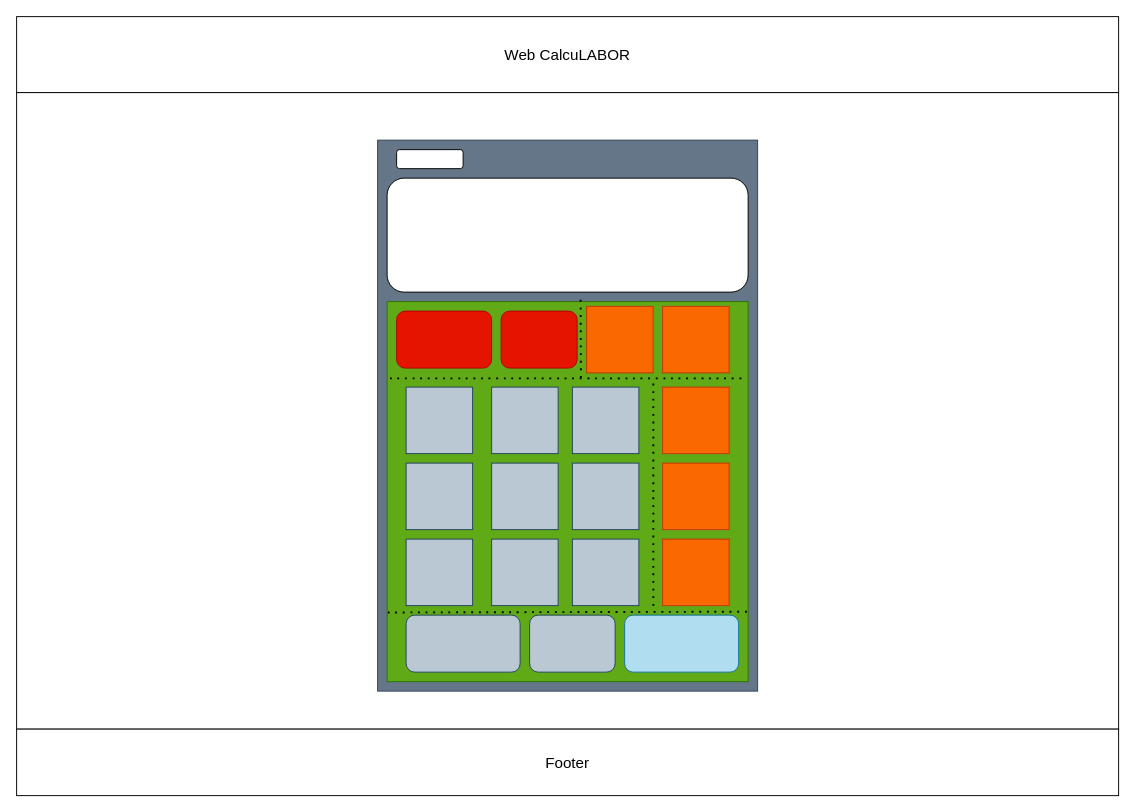
j3ager-1lyas/Calculator keeps this draw.io diagram as design-files/Calculator_UI_Plan.drawio. Above is the earlier version. Source tidied: cells renumbered, new cells numbered last; positions are measured from the earlier drawing's top-left corner, leaving out a move shared by most shapes. Both pictures are drawn from the tidied source at 95%, with x=0, y=0 at pixel (16, 16).
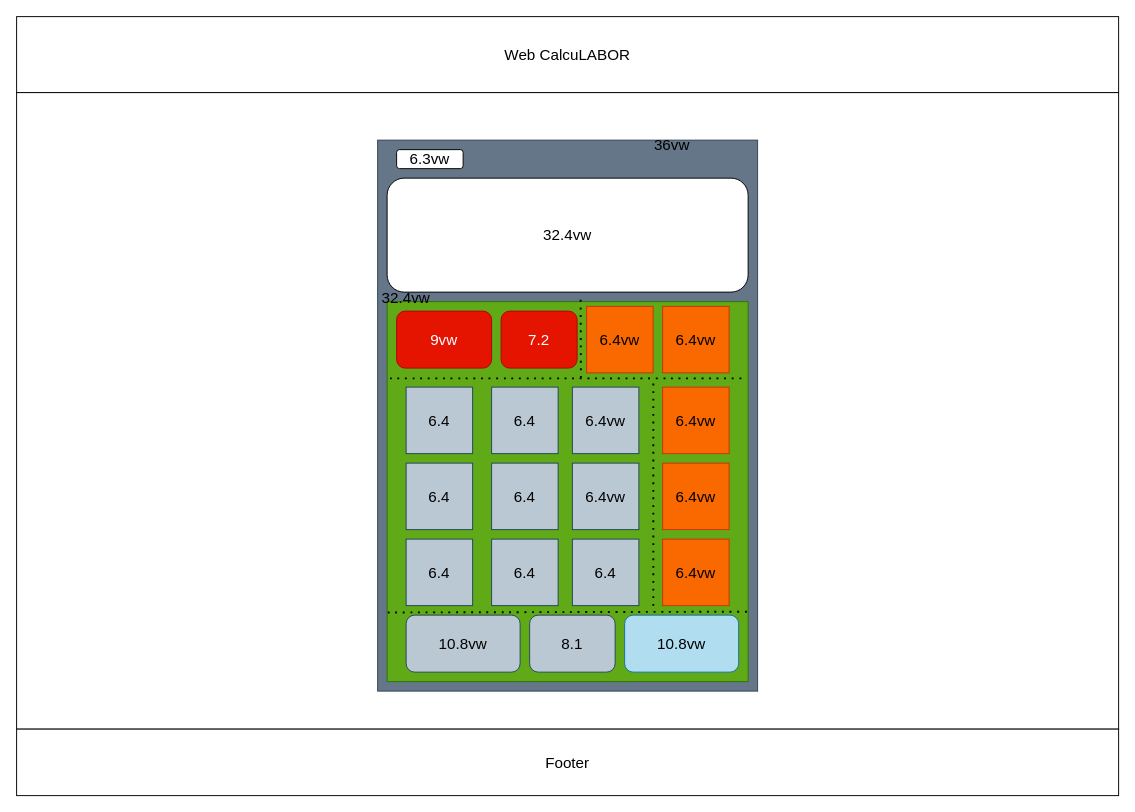
The same page after the edit.

What changed in the source:
```diff
@@
-    <mxCell id="6" style="rounded=1;whiteSpace=wrap;html=1;fontSize=16;" parent="1" vertex="1">
+    <mxCell id="6" value="32.4vw" style="rounded=1;whiteSpace=wrap;html=1;fontSize=16;" parent="1" vertex="1">
       <mxGeometry x="390" y="170" width="380" height="120" as="geometry" />
     </mxCell>
-    <mxCell id="7" style="rounded=1;whiteSpace=wrap;html=1;fontSize=16;" parent="1" vertex="1">
+    <mxCell id="7" value="6.3vw" style="rounded=1;whiteSpace=wrap;html=1;fontSize=16;" parent="1" vertex="1">
       <mxGeometry x="400" y="140" width="70" height="20" as="geometry" />
     </mxCell>
@@
-    <mxCell id="9" style="rounded=1;whiteSpace=wrap;html=1;fontSize=16;fillColor=#e51400;fontColor=#ffffff;strokeColor=#B20000;" parent="1" vertex="1">
+    <mxCell id="9" value="7.2" style="rounded=1;whiteSpace=wrap;html=1;fontSize=16;fillColor=#e51400;fontColor=#ffffff;strokeColor=#B20000;" parent="1" vertex="1">
       <mxGeometry x="510" y="310" width="80" height="60" as="geometry" />
     </mxCell>
-    <mxCell id="10" style="rounded=1;whiteSpace=wrap;html=1;fontSize=16;fillColor=#e51400;fontColor=#ffffff;strokeColor=#B20000;" parent="1" vertex="1">
+    <mxCell id="10" value="9vw" style="rounded=1;whiteSpace=wrap;html=1;fontSize=16;fillColor=#e51400;fontColor=#ffffff;strokeColor=#B20000;" parent="1" vertex="1">
       <mxGeometry x="400" y="310" width="100" height="60" as="geometry" />
     </mxCell>
-    <mxCell id="11" style="whiteSpace=wrap;html=1;fontSize=16;fillColor=#bac8d3;strokeColor=#23445d;" parent="1" vertex="1">
+    <mxCell id="11" value="6.4" style="whiteSpace=wrap;html=1;fontSize=16;fillColor=#bac8d3;strokeColor=#23445d;" parent="1" vertex="1">
       <mxGeometry x="410" y="390" width="70" height="70" as="geometry" />
     </mxCell>
-    <mxCell id="12" style="whiteSpace=wrap;html=1;fontSize=16;fillColor=#bac8d3;strokeColor=#23445d;" parent="1" vertex="1">
+    <mxCell id="12" value="6.4" style="whiteSpace=wrap;html=1;fontSize=16;fillColor=#bac8d3;strokeColor=#23445d;" parent="1" vertex="1">
       <mxGeometry x="500" y="390" width="70" height="70" as="geometry" />
     </mxCell>
-    <mxCell id="13" style="whiteSpace=wrap;html=1;fontSize=16;fillColor=#bac8d3;strokeColor=#23445d;" parent="1" vertex="1">
+    <mxCell id="13" value="6.4vw" style="whiteSpace=wrap;html=1;fontSize=16;fillColor=#bac8d3;strokeColor=#23445d;" parent="1" vertex="1">
       <mxGeometry x="585" y="390" width="70" height="70" as="geometry" />
     </mxCell>
-    <mxCell id="14" style="whiteSpace=wrap;html=1;fontSize=16;fillColor=#fa6800;fontColor=#000000;strokeColor=#C73500;" parent="1" vertex="1">
+    <mxCell id="14" value="6.4vw" style="whiteSpace=wrap;html=1;fontSize=16;fillColor=#fa6800;fontColor=#000000;strokeColor=#C73500;" parent="1" vertex="1">
       <mxGeometry x="680" y="390" width="70" height="70" as="geometry" />
     </mxCell>
-    <mxCell id="15" style="whiteSpace=wrap;html=1;fontSize=16;fillColor=#bac8d3;strokeColor=#23445d;" parent="1" vertex="1">
+    <mxCell id="15" value="6.4" style="whiteSpace=wrap;html=1;fontSize=16;fillColor=#bac8d3;strokeColor=#23445d;" parent="1" vertex="1">
       <mxGeometry x="410" y="470" width="70" height="70" as="geometry" />
     </mxCell>
-    <mxCell id="16" style="whiteSpace=wrap;html=1;fontSize=16;fillColor=#bac8d3;strokeColor=#23445d;" parent="1" vertex="1">
+    <mxCell id="16" value="6.4" style="whiteSpace=wrap;html=1;fontSize=16;fillColor=#bac8d3;strokeColor=#23445d;" parent="1" vertex="1">
       <mxGeometry x="500" y="470" width="70" height="70" as="geometry" />
     </mxCell>
-    <mxCell id="17" style="whiteSpace=wrap;html=1;fontSize=16;fillColor=#bac8d3;strokeColor=#23445d;" parent="1" vertex="1">
+    <mxCell id="17" value="6.4vw" style="whiteSpace=wrap;html=1;fontSize=16;fillColor=#bac8d3;strokeColor=#23445d;" parent="1" vertex="1">
       <mxGeometry x="585" y="470" width="70" height="70" as="geometry" />
     </mxCell>
-    <mxCell id="18" style="whiteSpace=wrap;html=1;fontSize=16;fillColor=#fa6800;fontColor=#000000;strokeColor=#C73500;" parent="1" vertex="1">
+    <mxCell id="18" value="6.4vw" style="whiteSpace=wrap;html=1;fontSize=16;fillColor=#fa6800;fontColor=#000000;strokeColor=#C73500;" parent="1" vertex="1">
       <mxGeometry x="680" y="470" width="70" height="70" as="geometry" />
     </mxCell>
-    <mxCell id="19" style="whiteSpace=wrap;html=1;fontSize=16;fillColor=#bac8d3;strokeColor=#23445d;" parent="1" vertex="1">
+    <mxCell id="19" value="6.4" style="whiteSpace=wrap;html=1;fontSize=16;fillColor=#bac8d3;strokeColor=#23445d;" parent="1" vertex="1">
       <mxGeometry x="410" y="550" width="70" height="70" as="geometry" />
     </mxCell>
-    <mxCell id="20" style="whiteSpace=wrap;html=1;fontSize=16;fillColor=#bac8d3;strokeColor=#23445d;" parent="1" vertex="1">
+    <mxCell id="20" value="6.4" style="whiteSpace=wrap;html=1;fontSize=16;fillColor=#bac8d3;strokeColor=#23445d;" parent="1" vertex="1">
       <mxGeometry x="500" y="550" width="70" height="70" as="geometry" />
     </mxCell>
-    <mxCell id="21" style="whiteSpace=wrap;html=1;fontSize=16;fillColor=#bac8d3;strokeColor=#23445d;" parent="1" vertex="1">
+    <mxCell id="21" value="6.4" style="whiteSpace=wrap;html=1;fontSize=16;fillColor=#bac8d3;strokeColor=#23445d;" parent="1" vertex="1">
       <mxGeometry x="585" y="550" width="70" height="70" as="geometry" />
     </mxCell>
-    <mxCell id="22" style="whiteSpace=wrap;html=1;fontSize=16;fillColor=#fa6800;fontColor=#000000;strokeColor=#C73500;" parent="1" vertex="1">
+    <mxCell id="22" value="6.4vw" style="whiteSpace=wrap;html=1;fontSize=16;fillColor=#fa6800;fontColor=#000000;strokeColor=#C73500;" parent="1" vertex="1">
       <mxGeometry x="680" y="550" width="70" height="70" as="geometry" />
     </mxCell>
-    <mxCell id="23" style="rounded=1;whiteSpace=wrap;html=1;fontSize=16;fillColor=#b1ddf0;strokeColor=#10739e;" parent="1" vertex="1">
+    <mxCell id="23" value="10.8vw" style="rounded=1;whiteSpace=wrap;html=1;fontSize=16;fillColor=#b1ddf0;strokeColor=#10739e;" parent="1" vertex="1">
       <mxGeometry x="640" y="630" width="120" height="60" as="geometry" />
     </mxCell>
-    <mxCell id="24" style="rounded=1;whiteSpace=wrap;html=1;fontSize=16;fillColor=#bac8d3;strokeColor=#23445d;" parent="1" vertex="1">
+    <mxCell id="24" value="8.1" style="rounded=1;whiteSpace=wrap;html=1;fontSize=16;fillColor=#bac8d3;strokeColor=#23445d;" parent="1" vertex="1">
       <mxGeometry x="540" y="630" width="90" height="60" as="geometry" />
     </mxCell>
-    <mxCell id="25" style="rounded=1;whiteSpace=wrap;html=1;fontSize=16;fillColor=#bac8d3;strokeColor=#23445d;" parent="1" vertex="1">
+    <mxCell id="25" value="10.8vw" style="rounded=1;whiteSpace=wrap;html=1;fontSize=16;fillColor=#bac8d3;strokeColor=#23445d;" parent="1" vertex="1">
       <mxGeometry x="410" y="630" width="120" height="60" as="geometry" />
     </mxCell>
-    <mxCell id="26" style="whiteSpace=wrap;html=1;fontSize=16;fillColor=#fa6800;fontColor=#000000;strokeColor=#C73500;" parent="1" vertex="1">
+    <mxCell id="26" value="6.4vw" style="whiteSpace=wrap;html=1;fontSize=16;fillColor=#fa6800;fontColor=#000000;strokeColor=#C73500;" parent="1" vertex="1">
       <mxGeometry x="680" y="305" width="70" height="70" as="geometry" />
     </mxCell>
-    <mxCell id="27" style="whiteSpace=wrap;html=1;fontSize=16;fillColor=#fa6800;fontColor=#000000;strokeColor=#C73500;" parent="1" vertex="1">
+    <mxCell id="27" value="6.4vw" style="whiteSpace=wrap;html=1;fontSize=16;fillColor=#fa6800;fontColor=#000000;strokeColor=#C73500;" parent="1" vertex="1">
       <mxGeometry x="600" y="305" width="70" height="70" as="geometry" />
     </mxCell>
@@
+    <mxCell id="32" value="36vw" style="text;html=1;strokeColor=none;fillColor=none;align=center;verticalAlign=middle;whiteSpace=wrap;rounded=0;fontSize=16;" parent="1" vertex="1">
+      <mxGeometry x="660" y="120" width="60" height="30" as="geometry" />
+    </mxCell>
+    <mxCell id="33" value="32.4vw" style="text;html=1;strokeColor=none;fillColor=none;align=center;verticalAlign=middle;whiteSpace=wrap;rounded=0;fontSize=16;" parent="1" vertex="1">
+      <mxGeometry x="380" y="281" width="60" height="30" as="geometry" />
+    </mxCell>
```
